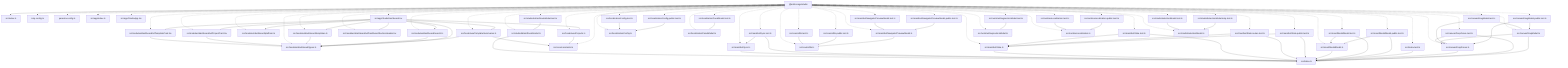
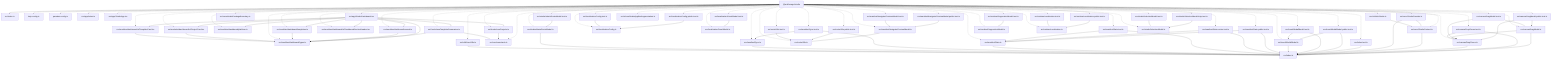
graph TD
  package__ankhorage_studio["@ankhorage/studio"]
  entrypoint_src_index_ts["src/index.ts"]
  package__ankhorage_studio --> entrypoint_src_index_ts
  module_knip_config_ts["knip.config.ts"]
  package__ankhorage_studio -.-> module_knip_config_ts
  module_paradox_config_ts["paradox.config.ts"]
  package__ankhorage_studio -.-> module_paradox_config_ts
  module_src_app_index_ts["src/app/index.ts"]
  package__ankhorage_studio -.-> module_src_app_index_ts
  module_src_app_StudioApp_tsx["src/app/StudioApp.tsx"]
  package__ankhorage_studio -.-> module_src_app_StudioApp_tsx
  module_src_app_StudioDashboard_tsx["src/app/StudioDashboard.tsx"]
  package__ankhorage_studio -.-> module_src_app_StudioDashboard_tsx
  module_src_app_StudioDashboard_tsx --> module_src_hooks_useProjects_ts
  module_src_app_StudioDashboard_tsx --> module_src_hooks_useTemplateSummaries_ts
  module_src_app_StudioDashboard_tsx --> module_src_modules_dashboard_platform_ts
  module_src_app_StudioDashboard_tsx --> module_src_modules_dashboard_search_ts
  module_src_app_StudioDashboard_tsx --> module_src_modules_dashboard_templates_ts
  module_src_app_StudioDashboard_tsx --> module_src_modules_dashboard_types_ts
  module_src_app_StudioDashboard_tsx --> module_src_modules_dashboard_ui_DashboardSectionHeader_tsx
  module_src_app_StudioDashboard_tsx --> module_src_modules_dashboard_ui_ProjectCard_tsx
  module_src_app_StudioDashboard_tsx --> module_src_modules_dashboard_ui_TemplateCard_tsx
  module_src_canvasDragModel_public_test_ts["src/canvasDragModel.public.test.ts"]
  package__ankhorage_studio -.-> module_src_canvasDragModel_public_test_ts
  module_src_canvasDragModel_public_test_ts --> module_src_canvasDragModel_ts
  module_src_canvasDragModel_public_test_ts --> module_src_canvasDropZones_ts
  module_src_canvasDragModel_test_ts["src/canvasDragModel.test.ts"]
  package__ankhorage_studio -.-> module_src_canvasDragModel_test_ts
  module_src_canvasDragModel_test_ts --> module_src_canvasDragModel_ts
  module_src_canvasDragModel_test_ts --> module_src_canvasDropZones_ts
  module_src_canvasDragModel_ts["src/canvasDragModel.ts"]
  package__ankhorage_studio -.-> module_src_canvasDragModel_ts
  module_src_canvasDragModel_ts --> module_src_canvasDropZones_ts
  module_src_canvasDragModel_ts --> module_src_index_ts
  module_src_canvasDropZones_test_ts["src/canvasDropZones.test.ts"]
  package__ankhorage_studio -.-> module_src_canvasDropZones_test_ts
  module_src_canvasDropZones_test_ts --> module_src_canvasDropZones_ts
  module_src_canvasDropZones_test_ts --> module_src_index_ts
  module_src_canvasDropZones_ts["src/canvasDropZones.ts"]
  package__ankhorage_studio -.-> module_src_canvasDropZones_ts
  module_src_canvasDropZones_ts --> module_src_index_ts
  module_src_core_constants_ts["src/core/constants.ts"]
  package__ankhorage_studio -.-> module_src_core_constants_ts
+   module_src_core_StudioContext_ts["src/core/StudioContext.ts"]
+   package__ankhorage_studio -.-> module_src_core_StudioContext_ts
+   module_src_core_StudioContext_ts --> module_src_index_ts
+   module_src_core_studioPackageBoundary_ts["src/core/studioPackageBoundary.ts"]
+   package__ankhorage_studio -.-> module_src_core_studioPackageBoundary_ts
+   module_src_core_StudioProvider_ts["src/core/StudioProvider.ts"]
+   package__ankhorage_studio -.-> module_src_core_StudioProvider_ts
+   module_src_core_StudioProvider_ts --> module_src_core_StudioContext_ts
+   module_src_core_StudioProvider_ts --> module_src_index_ts
  module_src_hooks_useProjects_ts["src/hooks/useProjects.ts"]
  package__ankhorage_studio -.-> module_src_hooks_useProjects_ts
  module_src_hooks_useProjects_ts --> module_src_core_constants_ts
  module_src_hooks_useTemplateSummaries_ts["src/hooks/useTemplateSummaries.ts"]
  package__ankhorage_studio -.-> module_src_hooks_useTemplateSummaries_ts
  module_src_hooks_useTemplateSummaries_ts --> module_src_core_constants_ts
  module_src_hooks_useTemplateSummaries_ts --> module_src_modules_dashboard_types_ts
  module_src_index_test_ts["src/index.test.ts"]
  package__ankhorage_studio -.-> module_src_index_test_ts
  module_src_index_test_ts --> module_src_index_ts
  module_src_index_ts["src/index.ts"]
  module_src_insertModalModel_public_test_ts["src/insertModalModel.public.test.ts"]
  package__ankhorage_studio -.-> module_src_insertModalModel_public_test_ts
  module_src_insertModalModel_public_test_ts --> module_src_index_ts
  module_src_insertModalModel_public_test_ts --> module_src_insertModalModel_ts
  module_src_insertModalModel_test_ts["src/insertModalModel.test.ts"]
  package__ankhorage_studio -.-> module_src_insertModalModel_test_ts
  module_src_insertModalModel_test_ts --> module_src_index_ts
  module_src_insertModalModel_test_ts --> module_src_insertModalModel_ts
  module_src_insertModalModel_ts["src/insertModalModel.ts"]
  package__ankhorage_studio -.-> module_src_insertModalModel_ts
  module_src_insertModalModel_ts --> module_src_index_ts
  module_src_localizationConfig_public_test_ts["src/localizationConfig.public.test.ts"]
  package__ankhorage_studio -.-> module_src_localizationConfig_public_test_ts
  module_src_localizationConfig_public_test_ts --> module_src_localizationConfig_ts
  module_src_localizationConfig_test_ts["src/localizationConfig.test.ts"]
  package__ankhorage_studio -.-> module_src_localizationConfig_test_ts
  module_src_localizationConfig_test_ts --> module_src_localizationConfig_ts
  module_src_localizationConfig_ts["src/localizationConfig.ts"]
  package__ankhorage_studio -.-> module_src_localizationConfig_ts
  module_src_localizationPanelModel_test_ts["src/localizationPanelModel.test.ts"]
  package__ankhorage_studio -.-> module_src_localizationPanelModel_test_ts
  module_src_localizationPanelModel_test_ts --> module_src_localizationPanelModel_ts
  module_src_localizationPanelModel_ts["src/localizationPanelModel.ts"]
  package__ankhorage_studio -.-> module_src_localizationPanelModel_ts
  module_src_manifestNavigatorPreviewModel_public_test_ts["src/manifestNavigatorPreviewModel.public.test.ts"]
  package__ankhorage_studio -.-> module_src_manifestNavigatorPreviewModel_public_test_ts
  module_src_manifestNavigatorPreviewModel_public_test_ts --> module_src_manifestNavigatorPreviewModel_ts
  module_src_manifestNavigatorPreviewModel_test_ts["src/manifestNavigatorPreviewModel.test.ts"]
  package__ankhorage_studio -.-> module_src_manifestNavigatorPreviewModel_test_ts
  module_src_manifestNavigatorPreviewModel_test_ts --> module_src_manifestNavigatorPreviewModel_ts
  module_src_manifestNavigatorPreviewModel_ts["src/manifestNavigatorPreviewModel.ts"]
  package__ankhorage_studio -.-> module_src_manifestNavigatorPreviewModel_ts
  module_src_manifestNavigatorPreviewModel_ts --> module_src_routeUtils_ts
  module_src_manifestState_public_test_ts["src/manifestState.public.test.ts"]
  package__ankhorage_studio -.-> module_src_manifestState_public_test_ts
  module_src_manifestState_public_test_ts --> module_src_index_ts
  module_src_manifestState_public_test_ts --> module_src_manifestState_ts
  module_src_manifestState_routes_test_ts["src/manifestState.routes.test.ts"]
  package__ankhorage_studio -.-> module_src_manifestState_routes_test_ts
  module_src_manifestState_routes_test_ts --> module_src_index_ts
  module_src_manifestState_routes_test_ts --> module_src_manifestState_ts
  module_src_manifestState_test_ts["src/manifestState.test.ts"]
  package__ankhorage_studio -.-> module_src_manifestState_test_ts
  module_src_manifestState_test_ts --> module_src_index_ts
  module_src_manifestState_test_ts --> module_src_manifestState_ts
  module_src_manifestState_ts["src/manifestState.ts"]
  package__ankhorage_studio -.-> module_src_manifestState_ts
  module_src_manifestState_ts --> module_src_index_ts
  module_src_manifestSync_test_ts["src/manifestSync.test.ts"]
  package__ankhorage_studio -.-> module_src_manifestSync_test_ts
  module_src_manifestSync_test_ts --> module_src_index_ts
  module_src_manifestSync_test_ts --> module_src_manifestSync_ts
  module_src_manifestSync_ts["src/manifestSync.ts"]
  package__ankhorage_studio -.-> module_src_manifestSync_ts
  module_src_manifestSync_ts --> module_src_index_ts
  module_src_modules_dashboard_platform_ts["src/modules/dashboard/platform.ts"]
  package__ankhorage_studio -.-> module_src_modules_dashboard_platform_ts
  module_src_modules_dashboard_search_ts["src/modules/dashboard/search.ts"]
  package__ankhorage_studio -.-> module_src_modules_dashboard_search_ts
  module_src_modules_dashboard_search_ts --> module_src_modules_dashboard_types_ts
  module_src_modules_dashboard_templates_ts["src/modules/dashboard/templates.ts"]
  package__ankhorage_studio -.-> module_src_modules_dashboard_templates_ts
  module_src_modules_dashboard_templates_ts --> module_src_modules_dashboard_types_ts
  module_src_modules_dashboard_types_ts["src/modules/dashboard/types.ts"]
  package__ankhorage_studio -.-> module_src_modules_dashboard_types_ts
  module_src_modules_dashboard_ui_DashboardSectionHeader_tsx["src/modules/dashboard/ui/DashboardSectionHeader.tsx"]
  package__ankhorage_studio -.-> module_src_modules_dashboard_ui_DashboardSectionHeader_tsx
  module_src_modules_dashboard_ui_ProjectCard_tsx["src/modules/dashboard/ui/ProjectCard.tsx"]
  package__ankhorage_studio -.-> module_src_modules_dashboard_ui_ProjectCard_tsx
  module_src_modules_dashboard_ui_ProjectCard_tsx --> module_src_modules_dashboard_types_ts
  module_src_modules_dashboard_ui_TemplateCard_tsx["src/modules/dashboard/ui/TemplateCard.tsx"]
  package__ankhorage_studio -.-> module_src_modules_dashboard_ui_TemplateCard_tsx
  module_src_modules_dashboard_ui_TemplateCard_tsx --> module_src_modules_dashboard_types_ts
  module_src_routeUtils_public_test_ts["src/routeUtils.public.test.ts"]
  package__ankhorage_studio -.-> module_src_routeUtils_public_test_ts
  module_src_routeUtils_public_test_ts --> module_src_routeUtils_ts
  module_src_routeUtils_test_ts["src/routeUtils.test.ts"]
  package__ankhorage_studio -.-> module_src_routeUtils_test_ts
  module_src_routeUtils_test_ts --> module_src_routeUtils_ts
  module_src_routeUtils_ts["src/routeUtils.ts"]
  package__ankhorage_studio -.-> module_src_routeUtils_ts
  module_src_runtimeDiagnosticsModel_test_ts["src/runtimeDiagnosticsModel.test.ts"]
  package__ankhorage_studio -.-> module_src_runtimeDiagnosticsModel_test_ts
  module_src_runtimeDiagnosticsModel_test_ts --> module_src_runtimeDiagnosticsModel_ts
  module_src_runtimeDiagnosticsModel_ts["src/runtimeDiagnosticsModel.ts"]
  package__ankhorage_studio -.-> module_src_runtimeDiagnosticsModel_ts
  module_src_runtimeLocalization_public_test_ts["src/runtimeLocalization.public.test.ts"]
  package__ankhorage_studio -.-> module_src_runtimeLocalization_public_test_ts
  module_src_runtimeLocalization_public_test_ts --> module_src_runtimeLocalization_ts
  module_src_runtimeLocalization_test_ts["src/runtimeLocalization.test.ts"]
  package__ankhorage_studio -.-> module_src_runtimeLocalization_test_ts
  module_src_runtimeLocalization_test_ts --> module_src_runtimeLocalization_ts
  module_src_runtimeLocalization_ts["src/runtimeLocalization.ts"]
  package__ankhorage_studio -.-> module_src_runtimeLocalization_ts
  module_src_studioAdminRouteModel_test_ts["src/studioAdminRouteModel.test.ts"]
  package__ankhorage_studio -.-> module_src_studioAdminRouteModel_test_ts
  module_src_studioAdminRouteModel_test_ts --> module_src_studioAdminRouteModel_ts
  module_src_studioAdminRouteModel_ts["src/studioAdminRouteModel.ts"]
  package__ankhorage_studio -.-> module_src_studioAdminRouteModel_ts
  module_src_studioAdminRouteModel_ts --> module_src_index_ts
  module_src_studioSelectionModel_knip_test_ts["src/studioSelectionModel.knip.test.ts"]
  package__ankhorage_studio -.-> module_src_studioSelectionModel_knip_test_ts
  module_src_studioSelectionModel_knip_test_ts --> module_src_studioSelectionModel_ts
  module_src_studioSelectionModel_test_ts["src/studioSelectionModel.test.ts"]
  package__ankhorage_studio -.-> module_src_studioSelectionModel_test_ts
  module_src_studioSelectionModel_test_ts --> module_src_studioSelectionModel_ts
  module_src_studioSelectionModel_ts["src/studioSelectionModel.ts"]
  package__ankhorage_studio -.-> module_src_studioSelectionModel_ts
+   module_src_ui_AnkhStudio_ts["src/ui/AnkhStudio.ts"]
+   package__ankhorage_studio -.-> module_src_ui_AnkhStudio_ts
+   module_src_ui_AnkhStudio_ts --> module_src_core_StudioContext_ts
+   module_src_ui_useStudioAppBarAugmentation_ts["src/ui/useStudioAppBarAugmentation.ts"]
+   package__ankhorage_studio -.-> module_src_ui_useStudioAppBarAugmentation_ts
+   module_src_utils_treeUtils_ts["src/utils/treeUtils.ts"]
+   package__ankhorage_studio -.-> module_src_utils_treeUtils_ts
+   module_src_utils_treeUtils_ts --> module_src_index_ts
